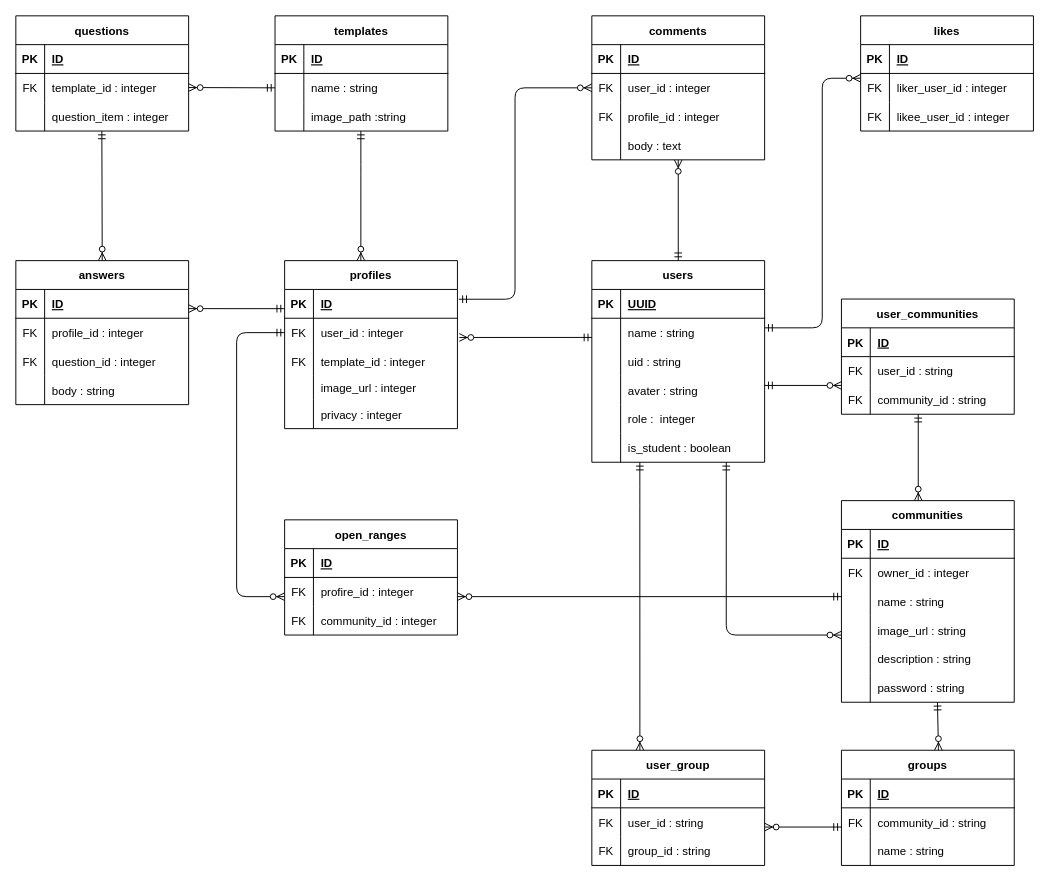
Earlier version of the draw.io diagram kadai/ER_ver2.drawio (mitsu30/Read_me_backend). Source tidied: cells renumbered, new cells numbered last; positions are measured from the earlier drawing's top-left corner, leaving out a move shared by most shapes. Both pictures are drawn from the tidied source at 96%, with x=0, y=0 at pixel (15, 15).
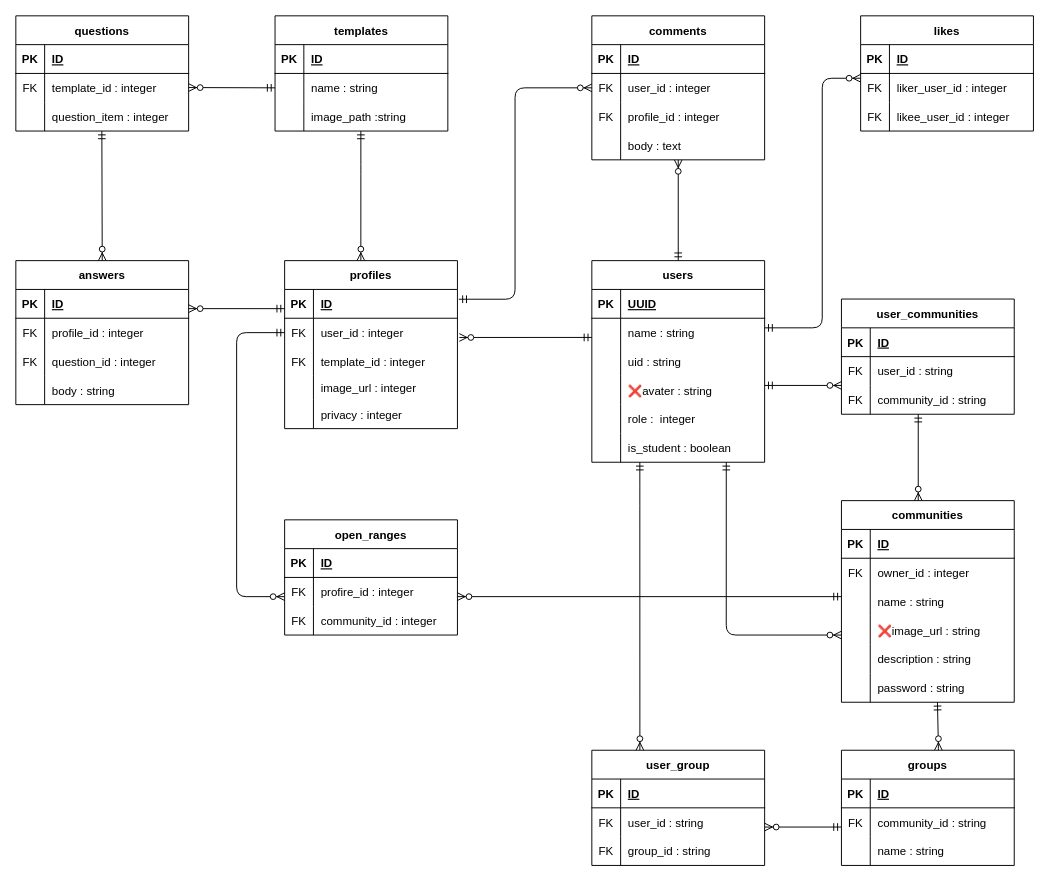
The same page after the edit.

Unchanged cells that the change refers to:
```xml
<mxCell id="12" style="shape=tableRow;horizontal=0;startSize=0;swimlaneHead=0;swimlaneBody=0;fillColor=none;top=0;left=0;right=0;bottom=0;" parent="2" vertex="1">
  <mxGeometry y="120" width="180" height="30" as="geometry" />
</mxCell>
<mxCell id="83" style="shape=tableRow;horizontal=0;startSize=0;swimlaneHead=0;swimlaneBody=0;fillColor=none;points=[[0,0.5],[1,0.5]];portConstraint=eastwest;top=0;left=0;right=0;bottom=0;" parent="73" vertex="1">
  <mxGeometry y="120" width="180" height="30" as="geometry" />
</mxCell>
```

Diff of the diagram source:
```diff
@@
-    <mxCell id="14" value="avater : string" style="shape=partialRectangle;fillColor=none;top=0;left=0;bottom=0;right=0;align=left;spacingLeft=6;overflow=hidden;" parent="12" vertex="1">
+    <mxCell id="14" value="❌avater : string" style="shape=partialRectangle;fillColor=none;top=0;left=0;bottom=0;right=0;align=left;spacingLeft=6;overflow=hidden;" parent="12" vertex="1">
       <mxGeometry x="30" width="150" height="30" as="geometry" />
     </mxCell>
@@
-    <mxCell id="85" value="image_url : string " style="shape=partialRectangle;fillColor=none;top=0;left=0;bottom=0;right=0;align=left;spacingLeft=6;overflow=hidden;" parent="83" vertex="1">
+    <mxCell id="85" value="❌image_url : string " style="shape=partialRectangle;fillColor=none;top=0;left=0;bottom=0;right=0;align=left;spacingLeft=6;overflow=hidden;" parent="83" vertex="1">
       <mxGeometry x="30" width="150" height="30" as="geometry" />
     </mxCell>
```
